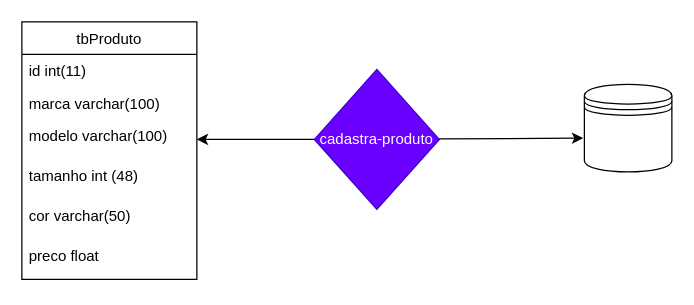
Earlier version of the draw.io diagram diagrama.drawio (Geovani237/solapatos). Source tidied: cells renumbered, new cells numbered last; positions are measured from the earlier drawing's top-left corner, leaving out a move shared by most shapes. Both pictures are drawn from the tidied source at 125%, with x=0, y=0 at pixel (21, 21).
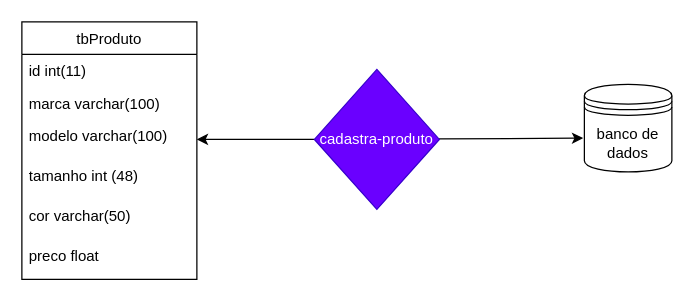
The same page after the edit.

Change to the diagram source:
```diff
@@
 <mxGraphModel>
   <root>
     <mxCell id="0" />
     <mxCell id="1" parent="0" />
     <mxCell id="2" value="tbProduto" style="swimlane;fontStyle=0;horizontal=1;startSize=26;fillColor=none;" parent="1" vertex="1">
       <mxGeometry width="140" height="206" as="geometry" />
     </mxCell>
     <mxCell id="3" value="id int(11)" style="text;strokeColor=none;fillColor=none;align=left;verticalAlign=top;spacingLeft=4;spacingRight=4;overflow=hidden;" parent="2" vertex="1">
       <mxGeometry y="26" width="140" height="26" as="geometry" />
     </mxCell>
     <mxCell id="4" value="marca varchar(100)" style="text;strokeColor=none;fillColor=none;align=left;verticalAlign=top;spacingLeft=4;spacingRight=4;overflow=hidden;" parent="2" vertex="1">
       <mxGeometry y="52" width="140" height="26" as="geometry" />
     </mxCell>
     <mxCell id="5" value="modelo varchar(100)" style="text;strokeColor=none;fillColor=none;align=left;verticalAlign=top;spacingLeft=4;spacingRight=4;overflow=hidden;points=[[0,0.5],[1,0.5]];portConstraint=eastwest;" parent="2" vertex="1">
       <mxGeometry y="78" width="140" height="32" as="geometry" />
     </mxCell>
     <mxCell id="6" value="tamanho int (48)" style="text;strokeColor=none;fillColor=none;align=left;verticalAlign=top;spacingLeft=4;spacingRight=4;overflow=hidden;" parent="2" vertex="1">
       <mxGeometry y="110" width="140" height="32" as="geometry" />
     </mxCell>
     <mxCell id="7" value="cor varchar(50)" style="text;strokeColor=none;fillColor=none;align=left;verticalAlign=top;spacingLeft=4;spacingRight=4;overflow=hidden;" parent="2" vertex="1">
       <mxGeometry y="142" width="140" height="32" as="geometry" />
     </mxCell>
     <mxCell id="8" value="preco float&#10;" style="text;strokeColor=none;fillColor=none;align=left;verticalAlign=top;spacingLeft=4;spacingRight=4;overflow=hidden;" parent="2" vertex="1">
       <mxGeometry y="174" width="140" height="32" as="geometry" />
     </mxCell>
-    <mxCell id="9" style="shape=datastore;whiteSpace=wrap;html=1;" parent="1" vertex="1">
+    <mxCell id="9" value="banco de dados&lt;br&gt;" style="shape=datastore;whiteSpace=wrap;html=1;" parent="1" vertex="1">
       <mxGeometry x="450" y="50" width="70" height="70" as="geometry" />
     </mxCell>
     <mxCell id="10" style="edgeStyle=none;html=1;entryX=1;entryY=0.5;entryDx=0;entryDy=0;" parent="1" edge="1" source="12" target="5">
       <mxGeometry relative="1" as="geometry" />
     </mxCell>
     <mxCell id="11" style="edgeStyle=none;html=1;entryX=-0.014;entryY=0.614;entryDx=0;entryDy=0;entryPerimeter=0;" parent="1" edge="1" source="12" target="9">
       <mxGeometry relative="1" as="geometry" />
     </mxCell>
     <mxCell id="12" value="cadastra-produto" style="rhombus;whiteSpace=wrap;html=1;fillColor=#6a00ff;fontColor=#ffffff;strokeColor=#3700CC;" parent="1" vertex="1">
       <mxGeometry x="234" y="38" width="100" height="112" as="geometry" />
     </mxCell>
   </root>
 </mxGraphModel>
```
